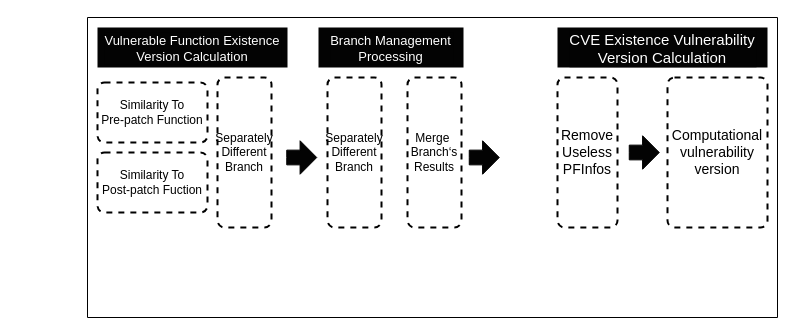
The draw.io diagram Untitled Diagram.drawio in sunSUNQ/Java_learning, before the edit. Source tidied: cells renumbered, new cells numbered last; positions are measured from the earlier drawing's top-left corner, leaving out a move shared by most shapes. Both pictures are drawn from the tidied source at 100%, with x=0, y=0 at pixel (87, 17).
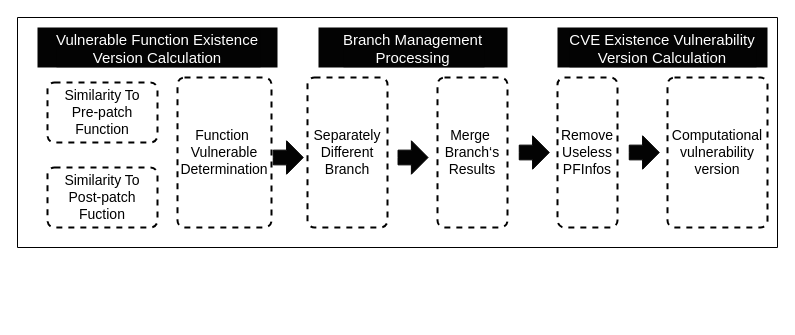
After the change.

The edit, as a diff of the source:
```diff
@@
 <mxGraphModel>
   <root>
     <mxCell id="0" />
     <mxCell id="1" parent="0" />
     <mxCell id="2" style="verticalLabelPosition=bottom;verticalAlign=top;html=1;shape=mxgraph.basic.rect;fillColor2=none;strokeWidth=1;size=20;indent=5;rounded=0;glass=0;" parent="1" vertex="1">
-      <mxGeometry width="690" height="300" as="geometry" />
+      <mxGeometry x="-70" width="760" height="230" as="geometry" />
     </mxCell>
-    <mxCell id="3" value="Vulnerable Function Existence &#10;Version Calculation" style="text;strokeColor=none;fillColor=#030303;align=center;verticalAlign=middle;spacingLeft=4;spacingRight=4;overflow=hidden;rounded=0;shadow=0;glass=0;dashed=1;sketch=0;labelBackgroundColor=#030303;fontColor=#FFFFFF;fontSize=13;" parent="1" vertex="1">
-      <mxGeometry x="10" y="10" width="190" height="40" as="geometry" />
+    <mxCell id="3" value="Vulnerable Function Existence &#10;Version Calculation" style="text;strokeColor=none;fillColor=#030303;align=center;verticalAlign=middle;spacingLeft=4;spacingRight=4;overflow=hidden;rounded=0;shadow=0;glass=0;dashed=1;sketch=0;labelBackgroundColor=#030303;fontColor=#FFFFFF;fontSize=15;" parent="1" vertex="1">
+      <mxGeometry x="-50" y="10" width="240" height="40" as="geometry" />
     </mxCell>
-    <mxCell id="4" value="Similarity To&lt;br&gt;Pre-patch Function" style="rounded=1;whiteSpace=wrap;html=1;absoluteArcSize=1;arcSize=14;strokeWidth=2;shadow=0;glass=0;sketch=0;dashed=1;" parent="1" vertex="1">
-      <mxGeometry x="10" y="65" width="110" height="60" as="geometry" />
+    <mxCell id="4" value="Similarity To&lt;br style=&quot;font-size: 14px;&quot;&gt;Pre-patch Function" style="rounded=1;whiteSpace=wrap;html=1;absoluteArcSize=1;arcSize=14;strokeWidth=2;shadow=0;glass=0;sketch=0;dashed=1;fontSize=14;" parent="1" vertex="1">
+      <mxGeometry x="-40" y="65" width="110" height="60" as="geometry" />
     </mxCell>
-    <mxCell id="5" value="Merge&amp;nbsp;&lt;br&gt;Branch‘s&lt;br&gt;Results" style="rounded=1;whiteSpace=wrap;html=1;absoluteArcSize=1;arcSize=14;strokeWidth=2;shadow=0;glass=0;sketch=0;dashed=1;" parent="1" vertex="1">
-      <mxGeometry x="320" y="60" width="54" height="150" as="geometry" />
+    <mxCell id="5" value="Merge&amp;nbsp;&lt;br style=&quot;font-size: 14px;&quot;&gt;Branch‘s&lt;br style=&quot;font-size: 14px;&quot;&gt;Results" style="rounded=1;whiteSpace=wrap;html=1;absoluteArcSize=1;arcSize=14;strokeWidth=2;shadow=0;glass=0;sketch=0;dashed=1;fontSize=14;" parent="1" vertex="1">
+      <mxGeometry x="350" y="60" width="70" height="150" as="geometry" />
     </mxCell>
     <mxCell id="6" style="html=1;shadow=0;dashed=0;align=center;verticalAlign=middle;shape=mxgraph.arrows2.arrow;dy=0.56;dx=16.67;direction=south;notch=0;rounded=0;glass=0;rotation=-90;labelBackgroundColor=#080808;labelBorderColor=default;fillColor=#030303;" parent="1" vertex="1">
-      <mxGeometry x="380" y="125" width="33.5" height="30" as="geometry" />
+      <mxGeometry x="430" y="120" width="33.5" height="30" as="geometry" />
     </mxCell>
-    <mxCell id="7" value="Branch Management &#10;Processing" style="text;strokeColor=none;fillColor=#030303;align=center;verticalAlign=middle;spacingLeft=4;spacingRight=4;overflow=hidden;rounded=0;shadow=0;glass=0;dashed=1;sketch=0;labelBackgroundColor=#030303;fontColor=#FFFFFF;fontSize=13;" parent="1" vertex="1">
-      <mxGeometry x="231" y="10" width="145" height="40" as="geometry" />
+    <mxCell id="7" value="Branch Management &#10;Processing" style="text;strokeColor=none;fillColor=#030303;align=center;verticalAlign=middle;spacingLeft=4;spacingRight=4;overflow=hidden;rounded=0;shadow=0;glass=0;dashed=1;sketch=0;labelBackgroundColor=#030303;fontColor=#FFFFFF;fontSize=15;" parent="1" vertex="1">
+      <mxGeometry x="231" y="10" width="189" height="40" as="geometry" />
     </mxCell>
     <mxCell id="8" value="CVE Existence Vulnerability &#10;Version Calculation" style="text;strokeColor=none;fillColor=#030303;align=center;verticalAlign=middle;spacingLeft=4;spacingRight=4;overflow=hidden;rounded=0;shadow=0;glass=0;dashed=1;sketch=0;labelBackgroundColor=#030303;fontColor=#FFFFFF;fontSize=15;" parent="1" vertex="1">
       <mxGeometry x="470" y="10" width="210" height="40" as="geometry" />
     </mxCell>
     <mxCell id="9" style="html=1;shadow=0;dashed=0;align=center;verticalAlign=middle;shape=mxgraph.arrows2.arrow;dy=0.56;dx=16.67;direction=south;notch=0;rounded=0;glass=0;rotation=-90;labelBackgroundColor=#080808;labelBorderColor=default;fillColor=#030303;" parent="1" vertex="1">
-      <mxGeometry x="197.5" y="125" width="33.5" height="30" as="geometry" />
+      <mxGeometry x="184" y="125" width="33.5" height="30" as="geometry" />
     </mxCell>
     <mxCell id="10" value="Remove&lt;br style=&quot;font-size: 14px;&quot;&gt;Useless&lt;br style=&quot;font-size: 14px;&quot;&gt;PFInfos" style="rounded=1;whiteSpace=wrap;html=1;absoluteArcSize=1;arcSize=14;strokeWidth=2;shadow=0;glass=0;sketch=0;dashed=1;fontSize=14;" parent="1" vertex="1">
       <mxGeometry x="470" y="60" width="60" height="150" as="geometry" />
     </mxCell>
-    <mxCell id="11" value="Similarity To&lt;br&gt;Post-patch Fuction" style="rounded=1;whiteSpace=wrap;html=1;absoluteArcSize=1;arcSize=14;strokeWidth=2;shadow=0;glass=0;sketch=0;dashed=1;" parent="1" vertex="1">
-      <mxGeometry x="10" y="135" width="110" height="60" as="geometry" />
+    <mxCell id="11" value="Similarity To&lt;br style=&quot;font-size: 14px;&quot;&gt;Post-patch Fuction" style="rounded=1;whiteSpace=wrap;html=1;absoluteArcSize=1;arcSize=14;strokeWidth=2;shadow=0;glass=0;sketch=0;dashed=1;fontSize=14;" parent="1" vertex="1">
+      <mxGeometry x="-40" y="150" width="110" height="60" as="geometry" />
     </mxCell>
     <mxCell id="12" value="&lt;span style=&quot;font-size: 14px;&quot;&gt;Computational vulnerability version&lt;/span&gt;" style="rounded=1;whiteSpace=wrap;html=1;absoluteArcSize=1;arcSize=14;strokeWidth=2;shadow=0;glass=0;sketch=0;dashed=1;fontSize=14;" parent="1" vertex="1">
       <mxGeometry x="580" y="60" width="100" height="150" as="geometry" />
     </mxCell>
-    <mxCell id="13" value="Separately Different&lt;br&gt;Branch" style="rounded=1;whiteSpace=wrap;html=1;absoluteArcSize=1;arcSize=14;strokeWidth=2;shadow=0;glass=0;sketch=0;dashed=1;verticalAlign=middle;" parent="1" vertex="1">
-      <mxGeometry x="240" y="60" width="54" height="150" as="geometry" />
+    <mxCell id="13" value="Separately Different&lt;br style=&quot;font-size: 14px;&quot;&gt;Branch" style="rounded=1;whiteSpace=wrap;html=1;absoluteArcSize=1;arcSize=14;strokeWidth=2;shadow=0;glass=0;sketch=0;dashed=1;verticalAlign=middle;fontSize=14;" parent="1" vertex="1">
+      <mxGeometry x="220" y="60" width="80" height="150" as="geometry" />
     </mxCell>
-    <mxCell id="14" value="Separately Different&lt;br&gt;Branch" style="rounded=1;whiteSpace=wrap;html=1;absoluteArcSize=1;arcSize=14;strokeWidth=2;shadow=0;glass=0;sketch=0;dashed=1;verticalAlign=middle;" parent="1" vertex="1">
-      <mxGeometry x="130" y="60" width="54" height="150" as="geometry" />
+    <mxCell id="14" value="Function&amp;nbsp;&lt;br style=&quot;font-size: 14px;&quot;&gt;Vulnerable&lt;br style=&quot;font-size: 14px;&quot;&gt;Determination" style="rounded=1;whiteSpace=wrap;html=1;absoluteArcSize=1;arcSize=14;strokeWidth=2;shadow=0;glass=0;sketch=0;dashed=1;verticalAlign=middle;fontSize=14;" parent="1" vertex="1">
+      <mxGeometry x="90" y="60" width="94" height="150" as="geometry" />
     </mxCell>
     <mxCell id="15" style="html=1;shadow=0;dashed=0;align=center;verticalAlign=middle;shape=mxgraph.arrows2.arrow;dy=0.56;dx=16.67;direction=south;notch=0;rounded=0;glass=0;rotation=-90;labelBackgroundColor=#080808;labelBorderColor=default;fillColor=#030303;" parent="1" vertex="1">
       <mxGeometry x="540" y="120" width="33.5" height="30" as="geometry" />
     </mxCell>
+    <mxCell id="16" style="html=1;shadow=0;dashed=0;align=center;verticalAlign=middle;shape=mxgraph.arrows2.arrow;dy=0.56;dx=16.67;direction=south;notch=0;rounded=0;glass=0;rotation=-90;labelBackgroundColor=#080808;labelBorderColor=default;fillColor=#030303;" parent="1" vertex="1">
+      <mxGeometry x="308.8" y="125" width="33.5" height="30" as="geometry" />
+    </mxCell>
   </root>
 </mxGraphModel>
```
